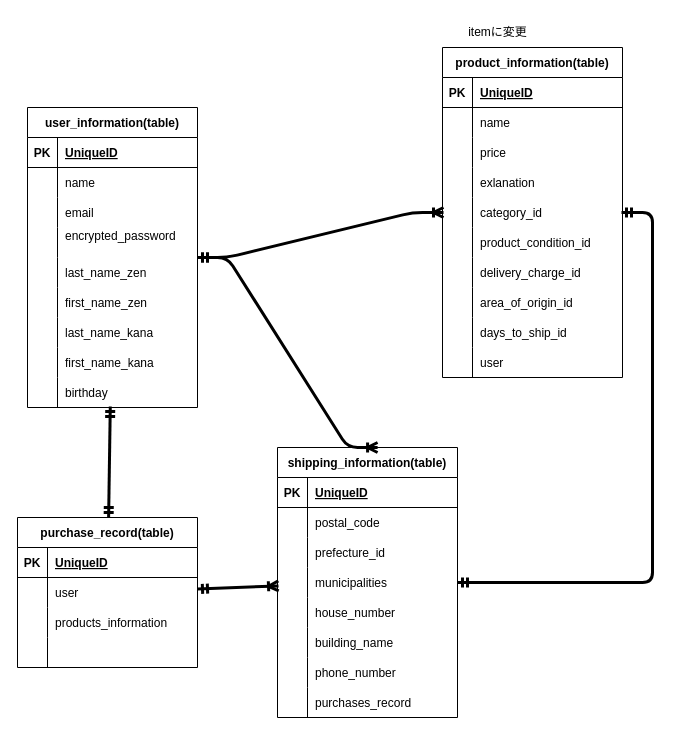
Earlier version of the draw.io diagram furima.dio (nemuo1208/furima-40138). Source tidied: cells renumbered, new cells numbered last; positions are measured from the earlier drawing's top-left corner, leaving out a move shared by most shapes. Both pictures are drawn from the tidied source at 100%, with x=0, y=0 at pixel (17, 17).
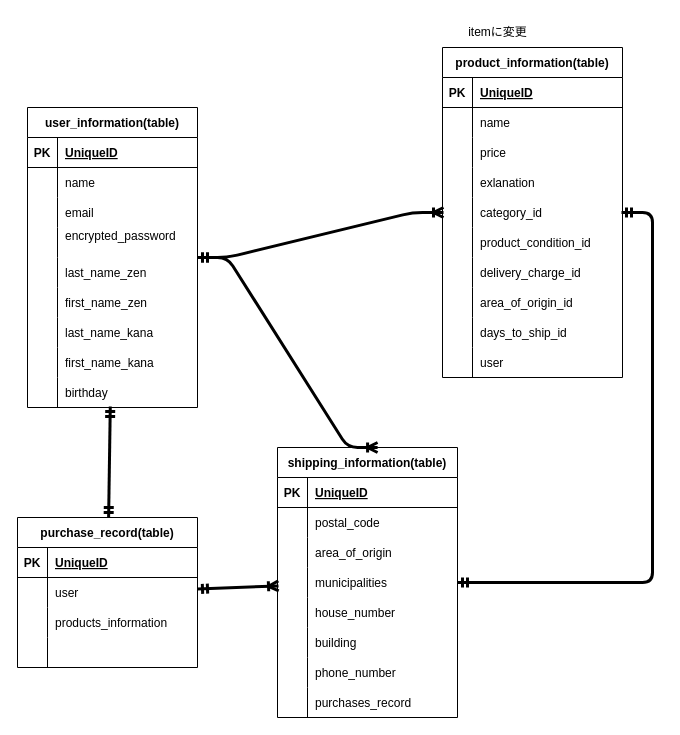
The same page after the edit.

Unchanged cells that the change refers to:
```xml
<mxCell id="81" style="shape=tableRow;horizontal=0;startSize=0;swimlaneHead=0;swimlaneBody=0;fillColor=none;top=0;left=0;right=0;bottom=0;" parent="74" vertex="1">
  <mxGeometry y="90" width="180" height="30" as="geometry" />
</mxCell>
<mxCell id="90" style="shape=tableRow;horizontal=0;startSize=0;swimlaneHead=0;swimlaneBody=0;fillColor=none;top=0;left=0;right=0;bottom=0;" parent="74" vertex="1">
  <mxGeometry y="180" width="180" height="30" as="geometry" />
</mxCell>
```

Diff of the diagram source:
```diff
@@
-    <mxCell id="83" value="prefecture_id" style="shape=partialRectangle;fillColor=none;top=0;left=0;bottom=0;right=0;align=left;spacingLeft=6;overflow=hidden;" parent="81" vertex="1">
+    <mxCell id="83" value="area_of_origin" style="shape=partialRectangle;fillColor=none;top=0;left=0;bottom=0;right=0;align=left;spacingLeft=6;overflow=hidden;" parent="81" vertex="1">
       <mxGeometry x="30" width="150" height="30" as="geometry" />
     </mxCell>
@@
-    <mxCell id="92" value=" building_name  " style="shape=partialRectangle;fillColor=none;top=0;left=0;bottom=0;right=0;align=left;spacingLeft=6;overflow=hidden;" parent="90" vertex="1">
+    <mxCell id="92" value=" building  " style="shape=partialRectangle;fillColor=none;top=0;left=0;bottom=0;right=0;align=left;spacingLeft=6;overflow=hidden;" parent="90" vertex="1">
       <mxGeometry x="30" width="150" height="30" as="geometry" />
     </mxCell>
```
